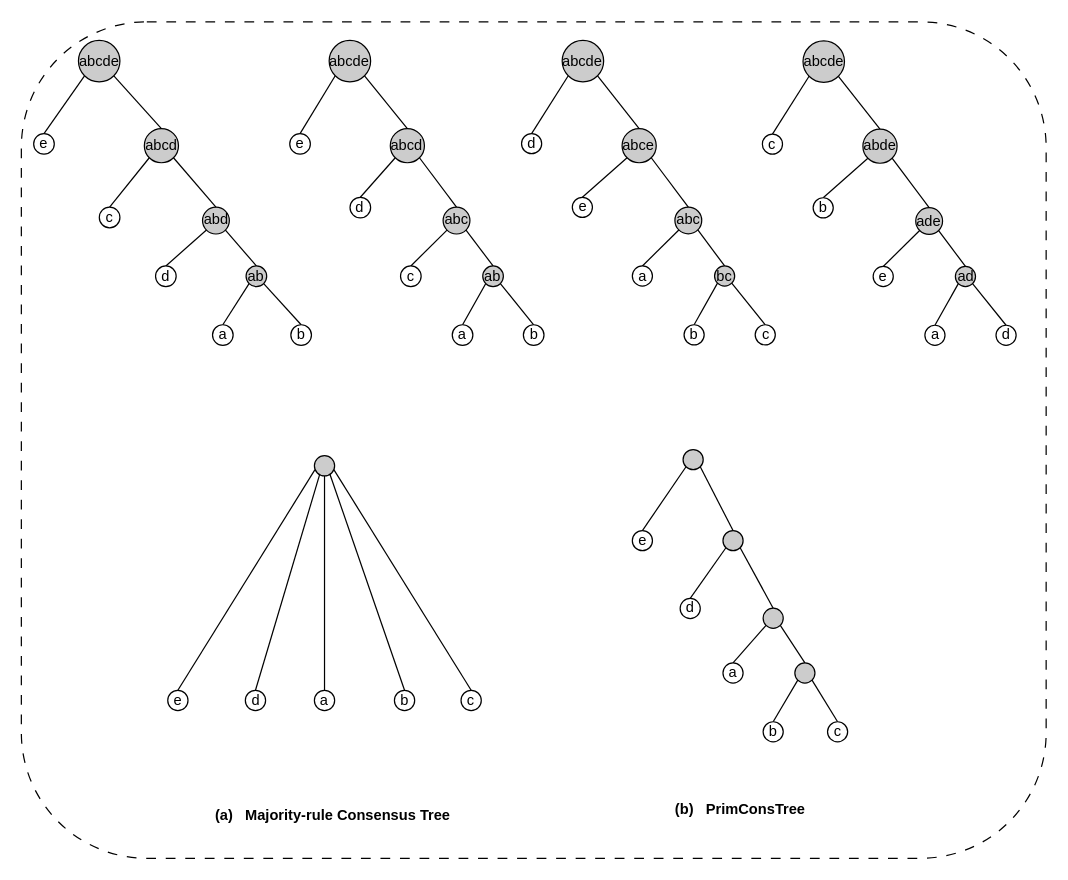
Before: page "Maj_vs_Our-1" (2 of 6) of img/Fig_degree.drawio in habibsifat/ConsensusTree, a draw.io diagram. Source tidied: cells renumbered, new cells numbered last; positions are measured from the earlier drawing's top-left corner, leaving out a move shared by most shapes. Both pictures are drawn from the tidied source at 122%, with x=0, y=0 at pixel (21, 21).
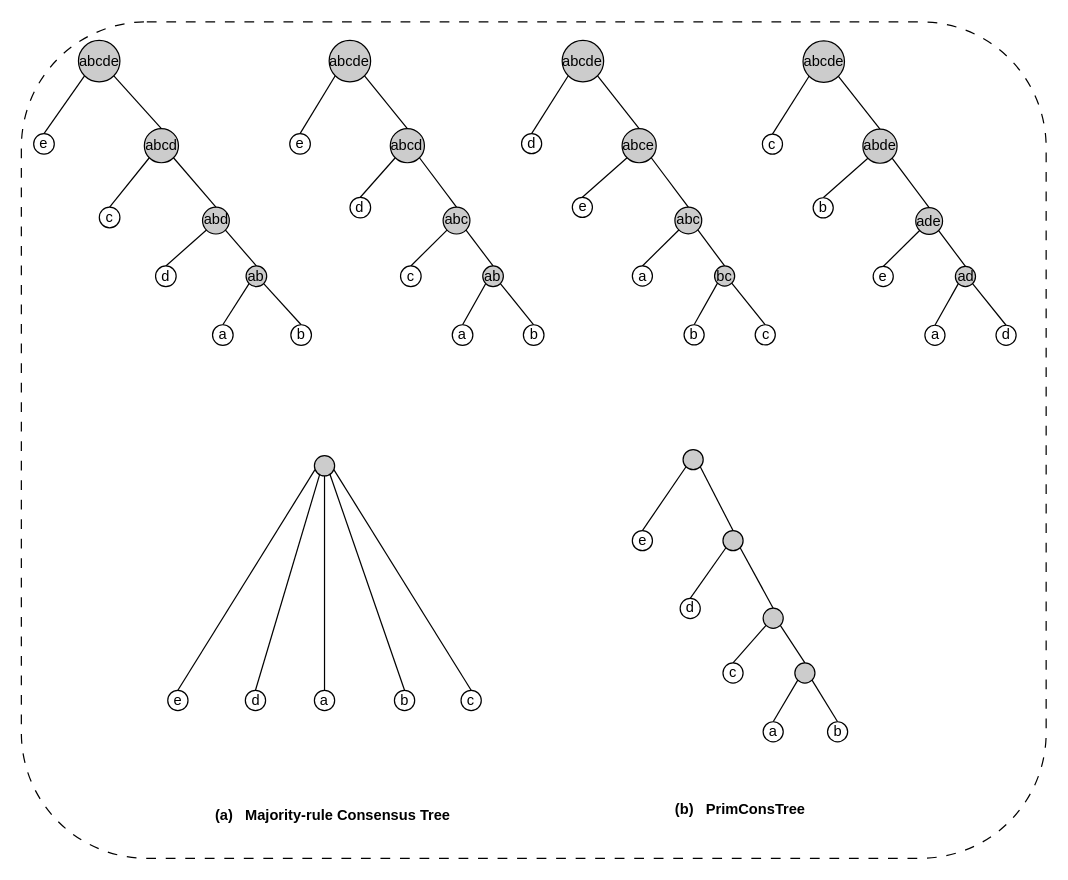
Above is the later version.

The change refers to these unchanged cells:
```xml
<mxCell id="70" style="group;" parent="1" vertex="1">
  <mxGeometry x="500.8" y="351" width="176.5" height="309.6" as="geometry" />
</mxCell>
```

Change to the diagram source:
```diff
@@
-    <mxCell id="79" value="a" style="ellipse;whiteSpace=wrap;html=1;fontStyle=0;" parent="70" vertex="1">
+    <mxCell id="79" value="c" style="ellipse;whiteSpace=wrap;html=1;fontStyle=0;" parent="70" vertex="1">
       <mxGeometry x="74.3" y="174.9" width="16.5" height="16.5" as="geometry" />
     </mxCell>
-    <mxCell id="80" value="b" style="ellipse;whiteSpace=wrap;html=1;fontStyle=0;" parent="70" vertex="1">
+    <mxCell id="80" value="a" style="ellipse;whiteSpace=wrap;html=1;fontStyle=0;" parent="70" vertex="1">
       <mxGeometry x="107.2" y="223.1" width="16.5" height="16.5" as="geometry" />
     </mxCell>
-    <mxCell id="81" value="c" style="ellipse;whiteSpace=wrap;html=1;fontStyle=0;" parent="70" vertex="1">
+    <mxCell id="81" value="b" style="ellipse;whiteSpace=wrap;html=1;fontStyle=0;" parent="70" vertex="1">
       <mxGeometry x="160" y="223.1" width="16.5" height="16.5" as="geometry" />
     </mxCell>
```
